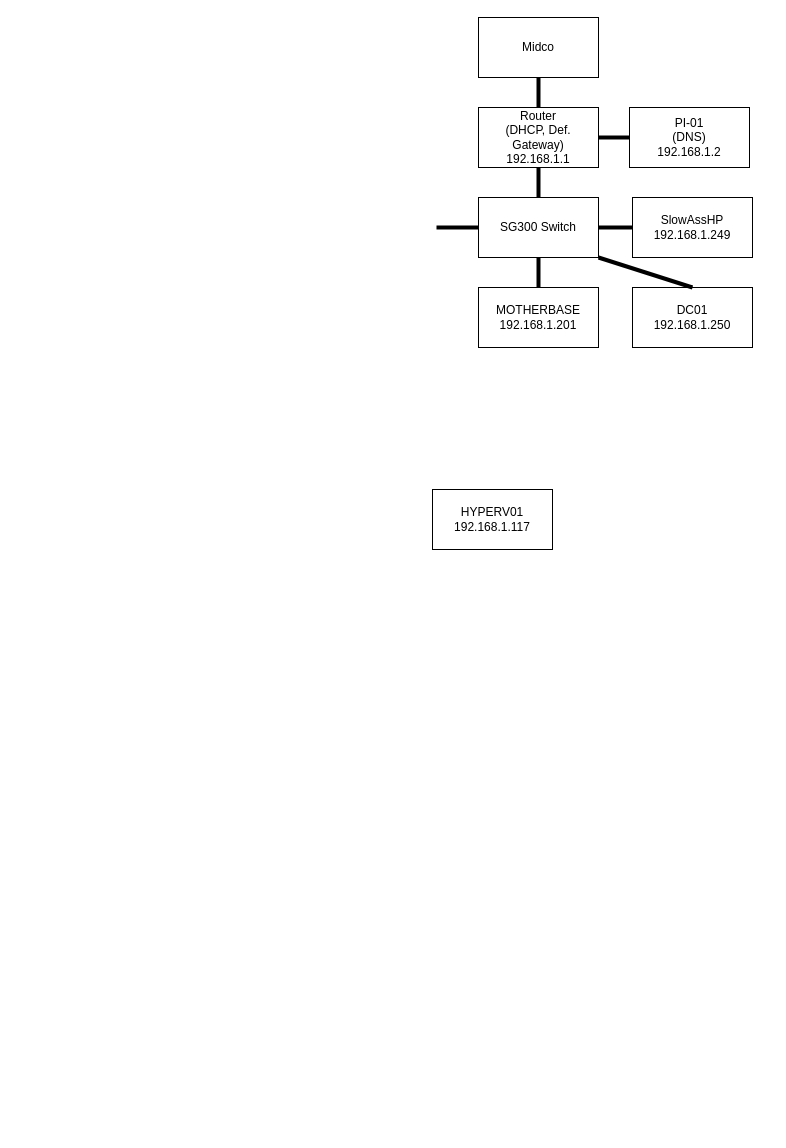
This is Homelab.drawio from JadenMay/Homelab, a draw.io file, before an edit. Source tidied: cells renumbered, new cells numbered last; positions are measured from the earlier drawing's top-left corner, leaving out a move shared by most shapes. Both pictures are drawn from the tidied source at 100%, with x=0, y=0 at pixel (432, 17).
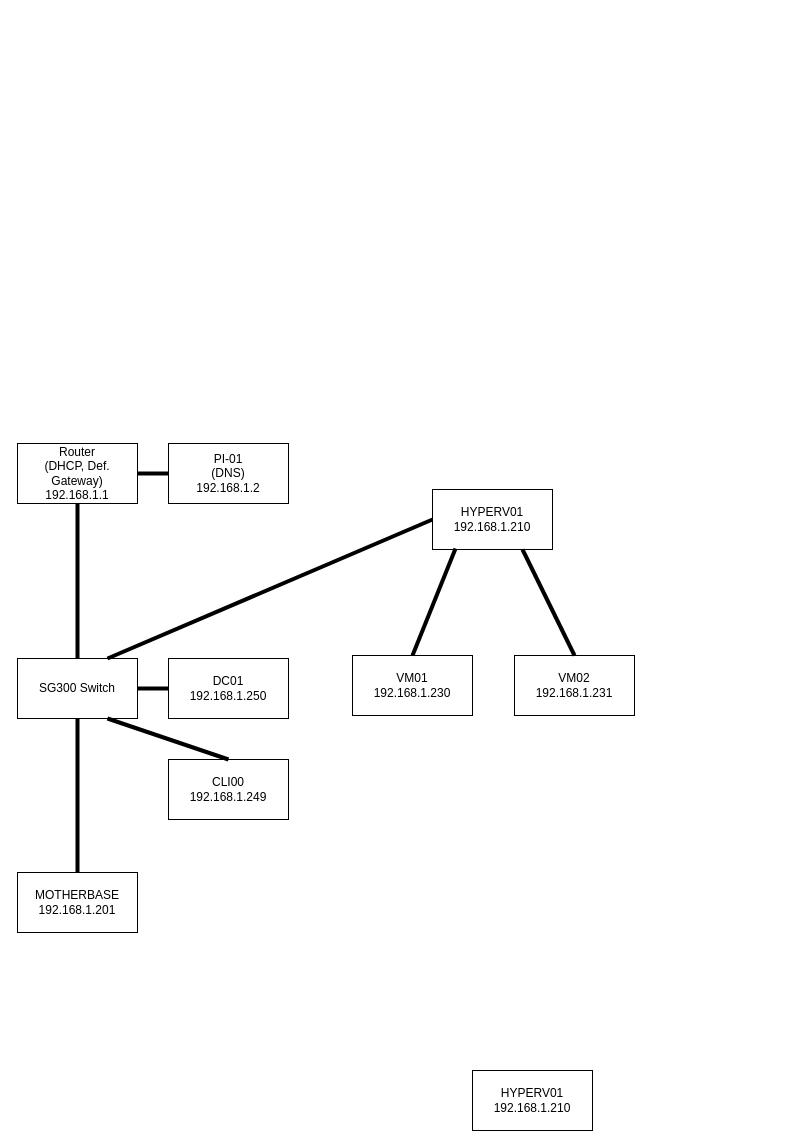
Above is the later version.

Diff of the diagram source:
```diff
@@
+    <mxCell id="19" style="group;" parent="1" vertex="1">
+      <mxGeometry x="-399" y="506" width="358" height="330" as="geometry" />
+    </mxCell>
-    <mxCell id="2" style="group;" parent="1" vertex="1">
-      <mxGeometry x="46" width="290" height="330" as="geometry" />
+    <mxCell id="2" style="group;" parent="19" vertex="1">
+      <mxGeometry x="42" width="316" height="330" as="geometry" />
     </mxCell>
-    <mxCell id="3" style="group;" parent="2" vertex="1">
-      <mxGeometry width="290" height="150" as="geometry" />
-    </mxCell>
-    <mxCell id="4" value="Midco" style="rounded=0;whiteSpace=wrap;html=1;fontFamily=Helvetica;" parent="3" vertex="1">
-      <mxGeometry width="120" height="60" as="geometry" />
-    </mxCell>
+    <mxCell id="20" style="group;" parent="2" vertex="1">
+      <mxGeometry x="-58" y="135" width="269" height="63" as="geometry" />
+    </mxCell>
+    <mxCell id="10" value="SG300 Switch" style="rounded=0;whiteSpace=wrap;html=1;fontFamily=Helvetica;" parent="20" vertex="1">
+      <mxGeometry width="120" height="60" as="geometry" />
+    </mxCell>
+    <mxCell id="14" value="DC01&lt;br&gt;192.168.1.250" style="rounded=0;whiteSpace=wrap;html=1;fontFamily=Helvetica;" parent="2" vertex="1">
+      <mxGeometry x="93" y="135" width="120" height="60" as="geometry" />
+    </mxCell>
+    <mxCell id="15" style="endArrow=none;html=1;rounded=0;fontFamily=Helvetica;strokeWidth=4;exitX=1;exitY=0.5;exitDx=0;exitDy=0;entryX=0;entryY=0.5;entryDx=0;entryDy=0;" parent="2" edge="1" source="10" target="14">
+      <mxGeometry relative="1" as="geometry" />
+    </mxCell>
+    <mxCell id="21" value="CLI00&lt;br&gt;192.168.1.249" style="rounded=0;whiteSpace=wrap;html=1;fontFamily=Helvetica;" parent="2" vertex="1">
+      <mxGeometry x="93" y="236" width="120" height="60" as="geometry" />
+    </mxCell>
+    <mxCell id="22" style="endArrow=none;html=1;rounded=0;fontFamily=Helvetica;strokeWidth=4;exitX=0.5;exitY=0;exitDx=0;exitDy=0;entryX=0.75;entryY=1;entryDx=0;entryDy=0;" parent="2" edge="1" source="21" target="10">
+      <mxGeometry relative="1" as="geometry" />
+    </mxCell>
-    <mxCell id="5" value="Router&lt;br&gt;(DHCP, Def. Gateway)&lt;br&gt;192.168.1.1" style="rounded=0;whiteSpace=wrap;html=1;fontFamily=Helvetica;" parent="3" vertex="1">
-      <mxGeometry y="90" width="120" height="60" as="geometry" />
+    <mxCell id="5" value="Router&lt;br&gt;(DHCP, Def. Gateway)&lt;br&gt;192.168.1.1" style="rounded=0;whiteSpace=wrap;html=1;fontFamily=Helvetica;" parent="1" vertex="1">
+      <mxGeometry x="-415" y="426" width="120" height="60" as="geometry" />
     </mxCell>
-    <mxCell id="6" value="PI-01&lt;br&gt;(DNS)&lt;br&gt;192.168.1.2" style="rounded=0;whiteSpace=wrap;html=1;fontFamily=Helvetica;" parent="3" vertex="1">
-      <mxGeometry x="151" y="90" width="120" height="60" as="geometry" />
-    </mxCell>
-    <mxCell id="7" style="endArrow=none;html=1;rounded=0;fontFamily=Helvetica;entryX=0.5;entryY=1;entryDx=0;entryDy=0;strokeWidth=4;" parent="3" edge="1" target="4">
-      <mxGeometry relative="1" as="geometry">
-        <mxPoint x="60" y="90" as="sourcePoint" />
-      </mxGeometry>
-    </mxCell>
-    <mxCell id="8" style="endArrow=none;html=1;rounded=0;fontFamily=Helvetica;entryX=1;entryY=0.5;entryDx=0;entryDy=0;strokeWidth=4;exitX=0;exitY=0.5;exitDx=0;exitDy=0;" parent="3" edge="1" source="6" target="5">
+    <mxCell id="8" style="endArrow=none;html=1;rounded=0;fontFamily=Helvetica;entryX=1;entryY=0.5;entryDx=0;entryDy=0;strokeWidth=4;exitX=0;exitY=0.5;exitDx=0;exitDy=0;" parent="1" edge="1" source="6" target="5">
       <mxGeometry relative="1" as="geometry" />
     </mxCell>
-    <mxCell id="9" style="endArrow=none;html=1;rounded=0;fontFamily=Helvetica;strokeWidth=4;exitX=0.5;exitY=1;exitDx=0;exitDy=0;entryX=0.5;entryY=0;entryDx=0;entryDy=0;" parent="2" edge="1" source="5" target="10">
+    <mxCell id="9" style="endArrow=none;html=1;rounded=0;fontFamily=Helvetica;strokeWidth=4;exitX=0.5;exitY=1;exitDx=0;exitDy=0;entryX=0.5;entryY=0;entryDx=0;entryDy=0;" parent="1" edge="1" source="5" target="10">
       <mxGeometry relative="1" as="geometry" />
     </mxCell>
-    <mxCell id="10" value="SG300 Switch" style="rounded=0;whiteSpace=wrap;html=1;fontFamily=Helvetica;" parent="2" vertex="1">
-      <mxGeometry y="180" width="120" height="60" as="geometry" />
-    </mxCell>
+    <mxCell id="6" value="PI-01&lt;br&gt;(DNS)&lt;br&gt;192.168.1.2" style="rounded=0;whiteSpace=wrap;html=1;fontFamily=Helvetica;" parent="1" vertex="1">
+      <mxGeometry x="-264" y="426" width="120" height="60" as="geometry" />
+    </mxCell>
+    <mxCell id="12" value="MOTHERBASE&lt;br&gt;192.168.1.201" style="rounded=0;whiteSpace=wrap;html=1;fontFamily=Helvetica;" parent="1" vertex="1">
+      <mxGeometry x="-415" y="855" width="120" height="60" as="geometry" />
+    </mxCell>
-    <mxCell id="11" style="endArrow=none;html=1;rounded=0;fontFamily=Helvetica;strokeWidth=4;exitX=0.5;exitY=1;exitDx=0;exitDy=0;entryX=0.5;entryY=0;entryDx=0;entryDy=0;" parent="2" edge="1" source="10" target="12">
+    <mxCell id="11" style="endArrow=none;html=1;rounded=0;fontFamily=Helvetica;strokeWidth=4;exitX=0.5;exitY=1;exitDx=0;exitDy=0;entryX=0.5;entryY=0;entryDx=0;entryDy=0;" parent="1" edge="1" source="10" target="12">
       <mxGeometry relative="1" as="geometry" />
     </mxCell>
-    <mxCell id="12" value="MOTHERBASE&lt;br&gt;192.168.1.201" style="rounded=0;whiteSpace=wrap;html=1;fontFamily=Helvetica;" parent="2" vertex="1">
-      <mxGeometry y="270" width="120" height="60" as="geometry" />
-    </mxCell>
-    <mxCell id="13" value="SlowAssHP&lt;br&gt;192.168.1.249" style="rounded=0;whiteSpace=wrap;html=1;fontFamily=Helvetica;" parent="2" vertex="1">
-      <mxGeometry x="154" y="180" width="120" height="60" as="geometry" />
-    </mxCell>
-    <mxCell id="14" value="DC01&lt;br&gt;192.168.1.250" style="rounded=0;whiteSpace=wrap;html=1;fontFamily=Helvetica;" parent="2" vertex="1">
-      <mxGeometry x="154" y="270" width="120" height="60" as="geometry" />
-    </mxCell>
-    <mxCell id="15" style="endArrow=none;html=1;rounded=0;fontFamily=Helvetica;strokeWidth=4;exitX=1;exitY=1;exitDx=0;exitDy=0;entryX=0.5;entryY=0;entryDx=0;entryDy=0;" parent="2" edge="1" source="10" target="14">
-      <mxGeometry relative="1" as="geometry" />
-    </mxCell>
-    <mxCell id="16" style="endArrow=none;html=1;rounded=0;fontFamily=Helvetica;strokeWidth=4;exitX=1;exitY=0.5;exitDx=0;exitDy=0;entryX=0;entryY=0.5;entryDx=0;entryDy=0;" parent="2" edge="1" source="10" target="13">
-      <mxGeometry relative="1" as="geometry" />
-    </mxCell>
+    <mxCell id="23" value="VM01&lt;br&gt;192.168.1.230" style="rounded=0;whiteSpace=wrap;html=1;fontFamily=Helvetica;" parent="1" vertex="1">
+      <mxGeometry x="-80" y="638" width="120" height="60" as="geometry" />
+    </mxCell>
+    <mxCell id="24" value="HYPERV01&lt;br&gt;192.168.1.210" style="rounded=0;whiteSpace=wrap;html=1;fontFamily=Helvetica;" parent="1" vertex="1">
+      <mxGeometry x="40" y="1053" width="120" height="60" as="geometry" />
+    </mxCell>
+    <mxCell id="25" value="VM02&lt;br&gt;192.168.1.231" style="rounded=0;whiteSpace=wrap;html=1;fontFamily=Helvetica;" parent="1" vertex="1">
+      <mxGeometry x="82" y="638" width="120" height="60" as="geometry" />
+    </mxCell>
-    <mxCell id="17" value="HYPERV01&lt;br&gt;192.168.1.117" style="rounded=0;whiteSpace=wrap;html=1;fontFamily=Helvetica;" parent="1" vertex="1">
+    <mxCell id="17" value="HYPERV01&lt;br&gt;192.168.1.210" style="rounded=0;whiteSpace=wrap;html=1;fontFamily=Helvetica;" parent="1" vertex="1">
       <mxGeometry y="472" width="120" height="60" as="geometry" />
     </mxCell>
-    <mxCell id="18" style="endArrow=none;html=1;rounded=0;fontFamily=Helvetica;strokeWidth=4;exitX=0;exitY=0.5;exitDx=0;exitDy=0;" parent="1" edge="1" source="10">
-      <mxGeometry relative="1" as="geometry">
-        <mxPoint x="4" y="210" as="targetPoint" />
-      </mxGeometry>
-    </mxCell>
+    <mxCell id="26" style="endArrow=none;html=1;rounded=0;fontFamily=Helvetica;strokeWidth=4;exitX=0;exitY=0.5;exitDx=0;exitDy=0;entryX=0.75;entryY=0;entryDx=0;entryDy=0;" parent="1" edge="1" source="17" target="10">
+      <mxGeometry relative="1" as="geometry" />
+    </mxCell>
+    <mxCell id="27" style="endArrow=none;html=1;rounded=0;fontFamily=Helvetica;strokeWidth=4;exitX=0.192;exitY=0.983;exitDx=0;exitDy=0;entryX=0.5;entryY=0;entryDx=0;entryDy=0;exitPerimeter=0;" parent="1" edge="1" source="17" target="23">
+      <mxGeometry relative="1" as="geometry" />
+    </mxCell>
+    <mxCell id="28" style="endArrow=none;html=1;rounded=0;fontFamily=Helvetica;strokeWidth=4;exitX=0.75;exitY=1;exitDx=0;exitDy=0;entryX=0.5;entryY=0;entryDx=0;entryDy=0;" parent="1" edge="1" source="17" target="25">
+      <mxGeometry relative="1" as="geometry" />
+    </mxCell>
```
